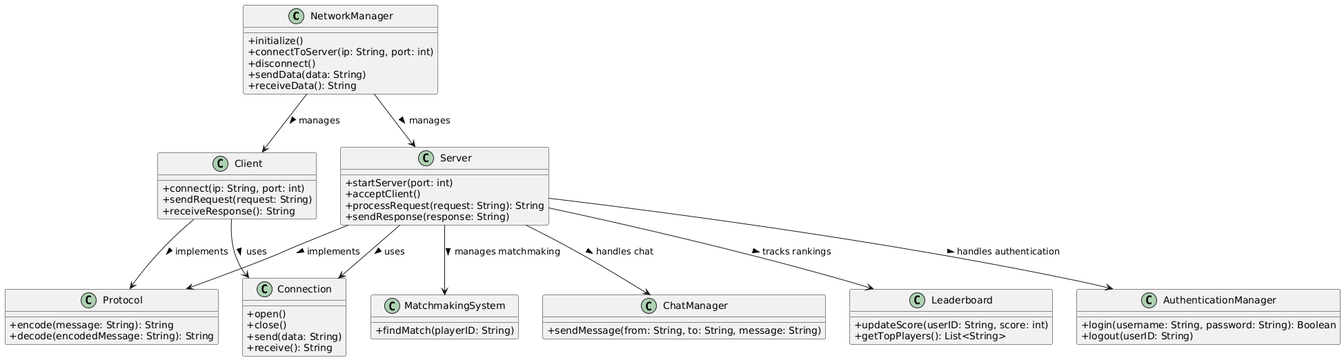
This is Networking Team Files/firstIterationNetworkingClassDiagram.png from kelsierfin/BasicGamingPlatform, a PlantUML export, as it was before one commit. Source of this version:
```plantuml
@startuml
skinparam classAttributeIconSize 0

class NetworkManager {
    +initialize()
    +connectToServer(ip: String, port: int)
    +disconnect()
    +sendData(data: String)
    +receiveData(): String
}

class Client {
    +connect(ip: String, port: int)
    +sendRequest(request: String)
    +receiveResponse(): String
}

class Server {
    +startServer(port: int)
    +acceptClient()
    +processRequest(request: String): String
    +sendResponse(response: String)
}

class Connection {
    +open()
    +close()
    +send(data: String)
    +receive(): String
}

class Protocol {
    +encode(message: String): String
    +decode(encodedMessage: String): String
}

class AuthenticationManager {
    +login(username: String, password: String): Boolean
    +logout(userID: String)
}

class MatchmakingSystem {
    +findMatch(playerID: String)
}

class ChatManager {
    +sendMessage(from: String, to: String, message: String)
}

class Leaderboard {
    +updateScore(userID: String, score: int)
    +getTopPlayers(): List<String>
}

NetworkManager --> Client : manages >
NetworkManager --> Server : manages >
Client --> Connection : uses >
Server --> Connection : uses >
Client --> Protocol : implements >
Server --> Protocol : implements >

Server --> AuthenticationManager : handles authentication >
Server --> MatchmakingSystem : manages matchmaking >
Server --> ChatManager : handles chat >
Server --> Leaderboard : tracks rankings >
@enduml
```
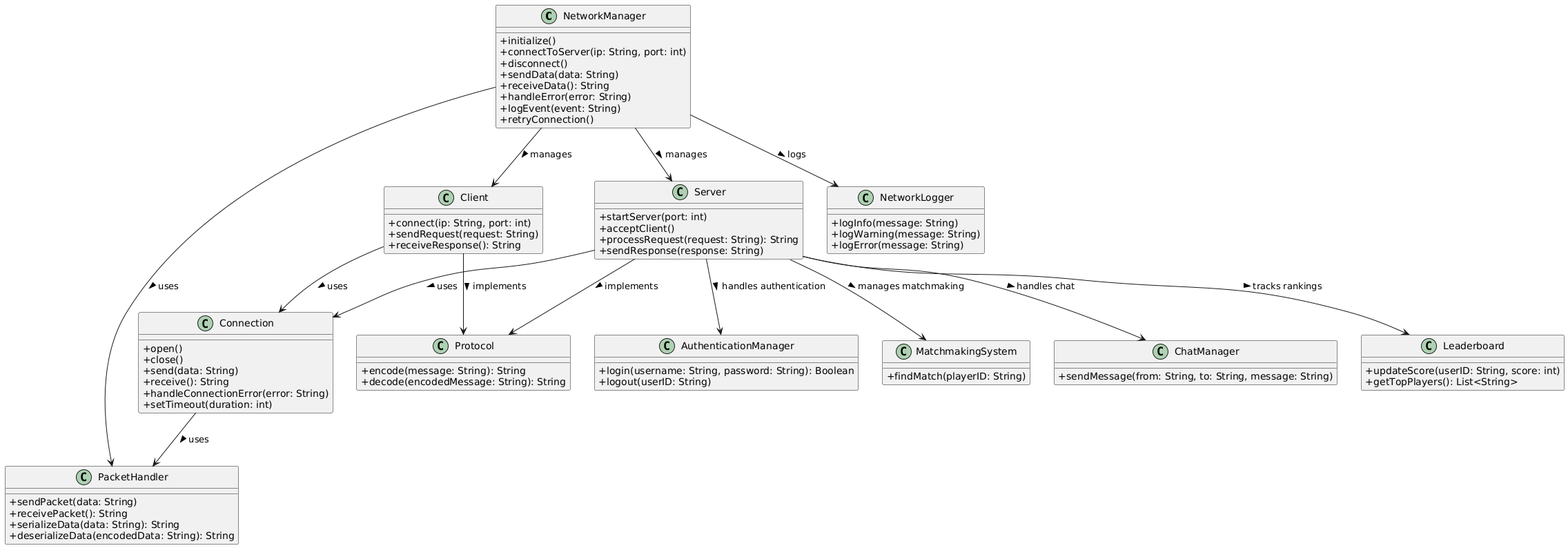
The same file after the commit.

Commit message:
Edited networking class diagram with packet manager and network logger

The edit, as a diff of the source:
```diff
@@ -7,6 +7,9 @@
     +disconnect()
     +sendData(data: String)
     +receiveData(): String
+    +handleError(error: String)
+    +logEvent(event: String)
+    +retryConnection()
 }
 
 class Client {
@@ -27,6 +30,8 @@
     +close()
     +send(data: String)
     +receive(): String
+    +handleConnectionError(error: String)
+    +setTimeout(duration: int)
 }
 
 class Protocol {
@@ -52,15 +57,31 @@
     +getTopPlayers(): List<String>
 }
 
+class PacketHandler {
+    +sendPacket(data: String)
+    +receivePacket(): String
+    +serializeData(data: String): String
+    +deserializeData(encodedData: String): String
+}
+
+class NetworkLogger {
+    +logInfo(message: String)
+    +logWarning(message: String)
+    +logError(message: String)
+}
+
 NetworkManager --> Client : manages >
 NetworkManager --> Server : manages >
 Client --> Connection : uses >
 Server --> Connection : uses >
 Client --> Protocol : implements >
 Server --> Protocol : implements >
-
 Server --> AuthenticationManager : handles authentication >
 Server --> MatchmakingSystem : manages matchmaking >
 Server --> ChatManager : handles chat >
 Server --> Leaderboard : tracks rankings >
+
+NetworkManager --> PacketHandler : uses >
+NetworkManager --> NetworkLogger : logs >
+Connection --> PacketHandler : uses >
 @enduml
```
